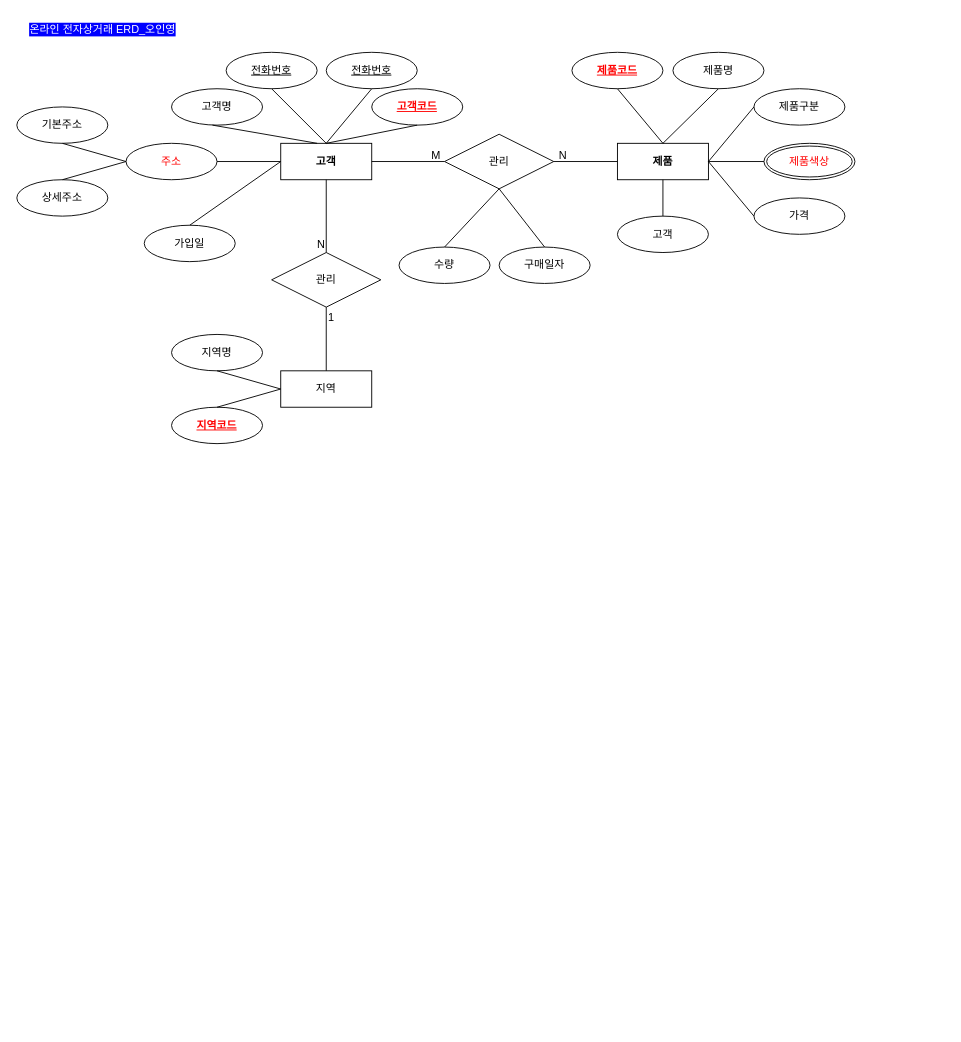
oin1230/OIN keeps this draw.io diagram as prodeuct.drawio. Above is the earlier version. Source tidied: cells renumbered, new cells numbered last; positions are measured from the earlier drawing's top-left corner, leaving out a move shared by most shapes. Both pictures are drawn from the tidied source at 91%, with x=0, y=0 at pixel (15, 15).
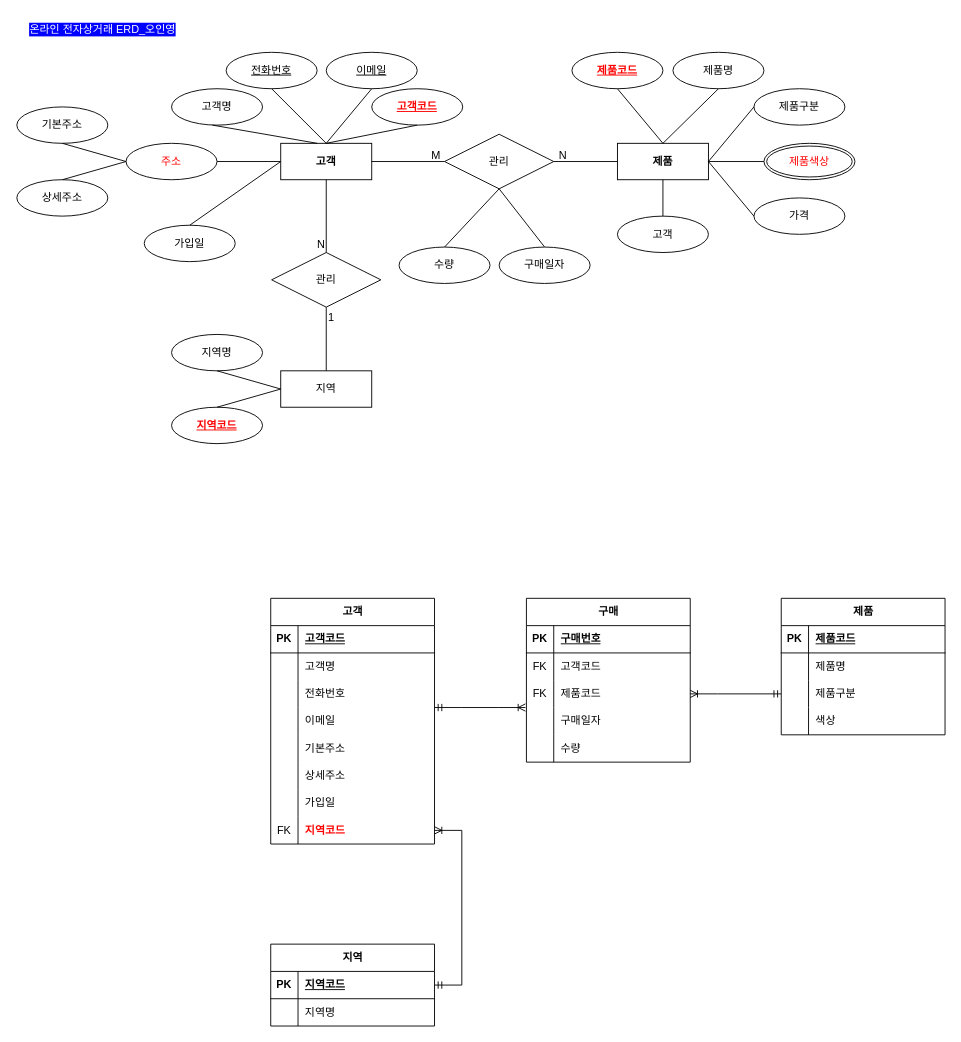
The same diagram, later.

The edit, as a diff of the source:
```diff
@@
-    <mxCell id="5" value="전화번호" style="ellipse;whiteSpace=wrap;html=1;align=center;fontStyle=4;" parent="1" vertex="1">
+    <mxCell id="5" value="이메일" style="ellipse;whiteSpace=wrap;html=1;align=center;fontStyle=4;" parent="1" vertex="1">
       <mxGeometry x="341" y="40" width="100" height="40" as="geometry" />
     </mxCell>
@@
+    <mxCell id="53" value="고객" style="shape=table;startSize=30;childLayout=tableLayout;rowLines=0;fontStyle=1;align=center;html=1;" parent="1" vertex="1">
+      <mxGeometry x="280" y="640" width="180" height="270" as="geometry" />
+    </mxCell>
+    <mxCell id="54" style="shape=tableRow;horizontal=0;startSize=0;swimlaneHead=0;swimlaneBody=0;fillColor=none;top=0;left=0;right=0;bottom=1;" parent="53" vertex="1">
+      <mxGeometry y="30" width="180" height="30" as="geometry" />
+    </mxCell>
+    <mxCell id="55" value="PK" style="shape=partialRectangle;fillColor=none;top=0;left=0;bottom=0;right=0;fontStyle=1;overflow=hidden;whiteSpace=wrap;html=1;" parent="54" vertex="1">
+      <mxGeometry width="30" height="30" as="geometry" />
+    </mxCell>
+    <mxCell id="56" value="고객코드" style="shape=partialRectangle;fillColor=none;top=0;left=0;bottom=0;right=0;align=left;spacingLeft=6;fontStyle=5;overflow=hidden;whiteSpace=wrap;html=1;" parent="54" vertex="1">
+      <mxGeometry x="30" width="150" height="30" as="geometry" />
+    </mxCell>
+    <mxCell id="57" style="shape=tableRow;horizontal=0;startSize=0;swimlaneHead=0;swimlaneBody=0;fillColor=none;top=0;left=0;right=0;bottom=0;" parent="53" vertex="1">
+      <mxGeometry y="60" width="180" height="30" as="geometry" />
+    </mxCell>
+    <mxCell id="58" style="shape=partialRectangle;fillColor=none;top=0;left=0;bottom=0;right=0;overflow=hidden;whiteSpace=wrap;html=1;" parent="57" vertex="1">
+      <mxGeometry width="30" height="30" as="geometry" />
+    </mxCell>
+    <mxCell id="59" value="고객명" style="shape=partialRectangle;fillColor=none;top=0;left=0;bottom=0;right=0;align=left;spacingLeft=6;overflow=hidden;whiteSpace=wrap;html=1;" parent="57" vertex="1">
+      <mxGeometry x="30" width="150" height="30" as="geometry" />
+    </mxCell>
+    <mxCell id="60" style="shape=tableRow;horizontal=0;startSize=0;swimlaneHead=0;swimlaneBody=0;fillColor=none;top=0;left=0;right=0;bottom=0;" parent="53" vertex="1">
+      <mxGeometry y="90" width="180" height="30" as="geometry" />
+    </mxCell>
+    <mxCell id="61" style="shape=partialRectangle;fillColor=none;top=0;left=0;bottom=0;right=0;overflow=hidden;whiteSpace=wrap;html=1;" parent="60" vertex="1">
+      <mxGeometry width="30" height="30" as="geometry" />
+    </mxCell>
+    <mxCell id="62" value="전화번호" style="shape=partialRectangle;fillColor=none;top=0;left=0;bottom=0;right=0;align=left;spacingLeft=6;overflow=hidden;whiteSpace=wrap;html=1;" parent="60" vertex="1">
+      <mxGeometry x="30" width="150" height="30" as="geometry" />
+    </mxCell>
+    <mxCell id="63" style="shape=tableRow;horizontal=0;startSize=0;swimlaneHead=0;swimlaneBody=0;fillColor=none;top=0;left=0;right=0;bottom=0;" parent="53" vertex="1">
+      <mxGeometry y="120" width="180" height="30" as="geometry" />
+    </mxCell>
+    <mxCell id="64" style="shape=partialRectangle;fillColor=none;top=0;left=0;bottom=0;right=0;overflow=hidden;whiteSpace=wrap;html=1;" parent="63" vertex="1">
+      <mxGeometry width="30" height="30" as="geometry" />
+    </mxCell>
+    <mxCell id="65" value="이메일" style="shape=partialRectangle;fillColor=none;top=0;left=0;bottom=0;right=0;align=left;spacingLeft=6;overflow=hidden;whiteSpace=wrap;html=1;" parent="63" vertex="1">
+      <mxGeometry x="30" width="150" height="30" as="geometry" />
+    </mxCell>
+    <mxCell id="66" style="shape=tableRow;horizontal=0;startSize=0;swimlaneHead=0;swimlaneBody=0;fillColor=none;top=0;left=0;right=0;bottom=0;" parent="53" vertex="1">
+      <mxGeometry y="150" width="180" height="30" as="geometry" />
+    </mxCell>
+    <mxCell id="67" style="shape=partialRectangle;fillColor=none;top=0;left=0;bottom=0;right=0;overflow=hidden;whiteSpace=wrap;html=1;" parent="66" vertex="1">
+      <mxGeometry width="30" height="30" as="geometry" />
+    </mxCell>
+    <mxCell id="68" value="기본주소" style="shape=partialRectangle;fillColor=none;top=0;left=0;bottom=0;right=0;align=left;spacingLeft=6;overflow=hidden;whiteSpace=wrap;html=1;" parent="66" vertex="1">
+      <mxGeometry x="30" width="150" height="30" as="geometry" />
+    </mxCell>
+    <mxCell id="69" style="shape=tableRow;horizontal=0;startSize=0;swimlaneHead=0;swimlaneBody=0;fillColor=none;top=0;left=0;right=0;bottom=0;" parent="53" vertex="1">
+      <mxGeometry y="180" width="180" height="30" as="geometry" />
+    </mxCell>
+    <mxCell id="70" style="shape=partialRectangle;fillColor=none;top=0;left=0;bottom=0;right=0;overflow=hidden;whiteSpace=wrap;html=1;" parent="69" vertex="1">
+      <mxGeometry width="30" height="30" as="geometry" />
+    </mxCell>
+    <mxCell id="71" value="상세주소" style="shape=partialRectangle;fillColor=none;top=0;left=0;bottom=0;right=0;align=left;spacingLeft=6;overflow=hidden;whiteSpace=wrap;html=1;" parent="69" vertex="1">
+      <mxGeometry x="30" width="150" height="30" as="geometry" />
+    </mxCell>
+    <mxCell id="72" style="shape=tableRow;horizontal=0;startSize=0;swimlaneHead=0;swimlaneBody=0;fillColor=none;top=0;left=0;right=0;bottom=0;" parent="53" vertex="1">
+      <mxGeometry y="210" width="180" height="30" as="geometry" />
+    </mxCell>
+    <mxCell id="73" style="shape=partialRectangle;fillColor=none;top=0;left=0;bottom=0;right=0;overflow=hidden;whiteSpace=wrap;html=1;" parent="72" vertex="1">
+      <mxGeometry width="30" height="30" as="geometry" />
+    </mxCell>
+    <mxCell id="74" value="가입일" style="shape=partialRectangle;fillColor=none;top=0;left=0;bottom=0;right=0;align=left;spacingLeft=6;overflow=hidden;whiteSpace=wrap;html=1;" parent="72" vertex="1">
+      <mxGeometry x="30" width="150" height="30" as="geometry" />
+    </mxCell>
+    <mxCell id="75" style="shape=tableRow;horizontal=0;startSize=0;swimlaneHead=0;swimlaneBody=0;fillColor=none;points=[[0,0.5],[1,0.5]];portConstraint=eastwest;top=0;left=0;right=0;bottom=0;" parent="53" vertex="1">
+      <mxGeometry y="240" width="180" height="30" as="geometry" />
+    </mxCell>
+    <mxCell id="76" value="FK" style="shape=partialRectangle;fillColor=none;top=0;left=0;bottom=0;right=0;overflow=hidden;whiteSpace=wrap;html=1;" parent="75" vertex="1">
+      <mxGeometry width="30" height="30" as="geometry" />
+    </mxCell>
+    <mxCell id="77" value="지역코드" style="shape=partialRectangle;fillColor=none;top=0;left=0;bottom=0;right=0;align=left;spacingLeft=6;overflow=hidden;whiteSpace=wrap;html=1;fontColor=#FF0000;fontStyle=1;" parent="75" vertex="1">
+      <mxGeometry x="30" width="150" height="30" as="geometry" />
+    </mxCell>
+    <mxCell id="78" value="지역" style="shape=table;startSize=30;childLayout=tableLayout;rowLines=0;fontStyle=1;align=center;html=1;" parent="1" vertex="1">
+      <mxGeometry x="280" y="1020" width="180" height="90" as="geometry" />
+    </mxCell>
+    <mxCell id="79" style="shape=tableRow;horizontal=0;startSize=0;swimlaneHead=0;swimlaneBody=0;fillColor=none;top=0;left=0;right=0;bottom=1;" parent="78" vertex="1">
+      <mxGeometry y="30" width="180" height="30" as="geometry" />
+    </mxCell>
+    <mxCell id="80" value="PK" style="shape=partialRectangle;fillColor=none;top=0;left=0;bottom=0;right=0;fontStyle=1;overflow=hidden;whiteSpace=wrap;html=1;" parent="79" vertex="1">
+      <mxGeometry width="30" height="30" as="geometry" />
+    </mxCell>
+    <mxCell id="81" value="지역코드" style="shape=partialRectangle;fillColor=none;top=0;left=0;bottom=0;right=0;align=left;spacingLeft=6;fontStyle=5;overflow=hidden;whiteSpace=wrap;html=1;" parent="79" vertex="1">
+      <mxGeometry x="30" width="150" height="30" as="geometry" />
+    </mxCell>
+    <mxCell id="82" style="shape=tableRow;horizontal=0;startSize=0;swimlaneHead=0;swimlaneBody=0;fillColor=none;top=0;left=0;right=0;bottom=0;" parent="78" vertex="1">
+      <mxGeometry y="60" width="180" height="30" as="geometry" />
+    </mxCell>
+    <mxCell id="83" style="shape=partialRectangle;fillColor=none;top=0;left=0;bottom=0;right=0;overflow=hidden;whiteSpace=wrap;html=1;" parent="82" vertex="1">
+      <mxGeometry width="30" height="30" as="geometry" />
+    </mxCell>
+    <mxCell id="84" value="지역명" style="shape=partialRectangle;fillColor=none;top=0;left=0;bottom=0;right=0;align=left;spacingLeft=6;overflow=hidden;whiteSpace=wrap;html=1;" parent="82" vertex="1">
+      <mxGeometry x="30" width="150" height="30" as="geometry" />
+    </mxCell>
+    <mxCell id="85" value="제품" style="shape=table;startSize=30;childLayout=tableLayout;rowLines=0;fontStyle=1;align=center;html=1;" parent="1" vertex="1">
+      <mxGeometry x="841" y="640" width="180" height="150" as="geometry" />
+    </mxCell>
+    <mxCell id="86" style="shape=tableRow;horizontal=0;startSize=0;swimlaneHead=0;swimlaneBody=0;fillColor=none;top=0;left=0;right=0;bottom=1;" parent="85" vertex="1">
+      <mxGeometry y="30" width="180" height="30" as="geometry" />
+    </mxCell>
+    <mxCell id="87" value="PK" style="shape=partialRectangle;fillColor=none;top=0;left=0;bottom=0;right=0;fontStyle=1;overflow=hidden;whiteSpace=wrap;html=1;" parent="86" vertex="1">
+      <mxGeometry width="30" height="30" as="geometry" />
+    </mxCell>
+    <mxCell id="88" value="제품코드" style="shape=partialRectangle;fillColor=none;top=0;left=0;bottom=0;right=0;align=left;spacingLeft=6;fontStyle=5;overflow=hidden;whiteSpace=wrap;html=1;" parent="86" vertex="1">
+      <mxGeometry x="30" width="150" height="30" as="geometry" />
+    </mxCell>
+    <mxCell id="89" style="shape=tableRow;horizontal=0;startSize=0;swimlaneHead=0;swimlaneBody=0;fillColor=none;top=0;left=0;right=0;bottom=0;" parent="85" vertex="1">
+      <mxGeometry y="60" width="180" height="30" as="geometry" />
+    </mxCell>
+    <mxCell id="90" style="shape=partialRectangle;fillColor=none;top=0;left=0;bottom=0;right=0;overflow=hidden;whiteSpace=wrap;html=1;" parent="89" vertex="1">
+      <mxGeometry width="30" height="30" as="geometry" />
+    </mxCell>
+    <mxCell id="91" value="제품명" style="shape=partialRectangle;fillColor=none;top=0;left=0;bottom=0;right=0;align=left;spacingLeft=6;overflow=hidden;whiteSpace=wrap;html=1;" parent="89" vertex="1">
+      <mxGeometry x="30" width="150" height="30" as="geometry" />
+    </mxCell>
+    <mxCell id="92" style="shape=tableRow;horizontal=0;startSize=0;swimlaneHead=0;swimlaneBody=0;fillColor=none;points=[[0,0.5],[1,0.5]];portConstraint=eastwest;top=0;left=0;right=0;bottom=0;" parent="85" vertex="1">
+      <mxGeometry y="90" width="180" height="30" as="geometry" />
+    </mxCell>
+    <mxCell id="93" style="shape=partialRectangle;fillColor=none;top=0;left=0;bottom=0;right=0;overflow=hidden;whiteSpace=wrap;html=1;" parent="92" vertex="1">
+      <mxGeometry width="30" height="30" as="geometry" />
+    </mxCell>
+    <mxCell id="94" value="제품구분" style="shape=partialRectangle;fillColor=none;top=0;left=0;bottom=0;right=0;align=left;spacingLeft=6;overflow=hidden;whiteSpace=wrap;html=1;" parent="92" vertex="1">
+      <mxGeometry x="30" width="150" height="30" as="geometry" />
+    </mxCell>
+    <mxCell id="95" style="shape=tableRow;horizontal=0;startSize=0;swimlaneHead=0;swimlaneBody=0;fillColor=none;top=0;left=0;right=0;bottom=0;" parent="85" vertex="1">
+      <mxGeometry y="120" width="180" height="30" as="geometry" />
+    </mxCell>
+    <mxCell id="96" style="shape=partialRectangle;fillColor=none;top=0;left=0;bottom=0;right=0;overflow=hidden;whiteSpace=wrap;html=1;" parent="95" vertex="1">
+      <mxGeometry width="30" height="30" as="geometry" />
+    </mxCell>
+    <mxCell id="97" value="색상" style="shape=partialRectangle;fillColor=none;top=0;left=0;bottom=0;right=0;align=left;spacingLeft=6;overflow=hidden;whiteSpace=wrap;html=1;" parent="95" vertex="1">
+      <mxGeometry x="30" width="150" height="30" as="geometry" />
+    </mxCell>
+    <mxCell id="98" value="구매" style="shape=table;startSize=30;childLayout=tableLayout;rowLines=0;fontStyle=1;align=center;html=1;" parent="1" vertex="1">
+      <mxGeometry x="561" y="640" width="180" height="180" as="geometry" />
+    </mxCell>
+    <mxCell id="99" style="shape=tableRow;horizontal=0;startSize=0;swimlaneHead=0;swimlaneBody=0;fillColor=none;top=0;left=0;right=0;bottom=1;" parent="98" vertex="1">
+      <mxGeometry y="30" width="180" height="30" as="geometry" />
+    </mxCell>
+    <mxCell id="100" value="PK" style="shape=partialRectangle;fillColor=none;top=0;left=0;bottom=0;right=0;fontStyle=1;overflow=hidden;whiteSpace=wrap;html=1;" parent="99" vertex="1">
+      <mxGeometry width="30" height="30" as="geometry" />
+    </mxCell>
+    <mxCell id="101" value="구매번호" style="shape=partialRectangle;fillColor=none;top=0;left=0;bottom=0;right=0;align=left;spacingLeft=6;fontStyle=5;overflow=hidden;whiteSpace=wrap;html=1;" parent="99" vertex="1">
+      <mxGeometry x="30" width="150" height="30" as="geometry" />
+    </mxCell>
+    <mxCell id="102" style="shape=tableRow;horizontal=0;startSize=0;swimlaneHead=0;swimlaneBody=0;fillColor=none;top=0;left=0;right=0;bottom=0;" parent="98" vertex="1">
+      <mxGeometry y="60" width="180" height="30" as="geometry" />
+    </mxCell>
+    <mxCell id="103" value="FK" style="shape=partialRectangle;fillColor=none;top=0;left=0;bottom=0;right=0;overflow=hidden;whiteSpace=wrap;html=1;" parent="102" vertex="1">
+      <mxGeometry width="30" height="30" as="geometry" />
+    </mxCell>
+    <mxCell id="104" value="고객코드" style="shape=partialRectangle;fillColor=none;top=0;left=0;bottom=0;right=0;align=left;spacingLeft=6;overflow=hidden;whiteSpace=wrap;html=1;" parent="102" vertex="1">
+      <mxGeometry x="30" width="150" height="30" as="geometry" />
+    </mxCell>
+    <mxCell id="105" style="shape=tableRow;horizontal=0;startSize=0;swimlaneHead=0;swimlaneBody=0;fillColor=none;points=[[0,0.5],[1,0.5]];portConstraint=eastwest;top=0;left=0;right=0;bottom=0;" parent="98" vertex="1">
+      <mxGeometry y="90" width="180" height="30" as="geometry" />
+    </mxCell>
+    <mxCell id="106" value="FK" style="shape=partialRectangle;fillColor=none;top=0;left=0;bottom=0;right=0;overflow=hidden;whiteSpace=wrap;html=1;" parent="105" vertex="1">
+      <mxGeometry width="30" height="30" as="geometry" />
+    </mxCell>
+    <mxCell id="107" value="제품코드" style="shape=partialRectangle;fillColor=none;top=0;left=0;bottom=0;right=0;align=left;spacingLeft=6;overflow=hidden;whiteSpace=wrap;html=1;" parent="105" vertex="1">
+      <mxGeometry x="30" width="150" height="30" as="geometry" />
+    </mxCell>
+    <mxCell id="108" style="shape=tableRow;horizontal=0;startSize=0;swimlaneHead=0;swimlaneBody=0;fillColor=none;points=[[0,0.5],[1,0.5]];portConstraint=eastwest;top=0;left=0;right=0;bottom=0;" parent="98" vertex="1">
+      <mxGeometry y="120" width="180" height="30" as="geometry" />
+    </mxCell>
+    <mxCell id="109" style="shape=partialRectangle;fillColor=none;top=0;left=0;bottom=0;right=0;overflow=hidden;whiteSpace=wrap;html=1;" parent="108" vertex="1">
+      <mxGeometry width="30" height="30" as="geometry" />
+    </mxCell>
+    <mxCell id="110" value="구매일자" style="shape=partialRectangle;fillColor=none;top=0;left=0;bottom=0;right=0;align=left;spacingLeft=6;overflow=hidden;whiteSpace=wrap;html=1;" parent="108" vertex="1">
+      <mxGeometry x="30" width="150" height="30" as="geometry" />
+    </mxCell>
+    <mxCell id="111" style="shape=tableRow;horizontal=0;startSize=0;swimlaneHead=0;swimlaneBody=0;fillColor=none;top=0;left=0;right=0;bottom=0;" parent="98" vertex="1">
+      <mxGeometry y="150" width="180" height="30" as="geometry" />
+    </mxCell>
+    <mxCell id="112" style="shape=partialRectangle;fillColor=none;top=0;left=0;bottom=0;right=0;overflow=hidden;whiteSpace=wrap;html=1;" parent="111" vertex="1">
+      <mxGeometry width="30" height="30" as="geometry" />
+    </mxCell>
+    <mxCell id="113" value="수량" style="shape=partialRectangle;fillColor=none;top=0;left=0;bottom=0;right=0;align=left;spacingLeft=6;overflow=hidden;whiteSpace=wrap;html=1;" parent="111" vertex="1">
+      <mxGeometry x="30" width="150" height="30" as="geometry" />
+    </mxCell>
+    <mxCell id="114" style="edgeStyle=entityRelationEdgeStyle;fontSize=12;html=1;endArrow=ERoneToMany;startArrow=ERmandOne;rounded=0;entryX=1;entryY=0.5;entryDx=0;entryDy=0;exitX=1;exitY=0.5;exitDx=0;exitDy=0;" parent="1" edge="1" source="78" target="75">
+      <mxGeometry relative="1" as="geometry" />
+    </mxCell>
+    <mxCell id="115" style="edgeStyle=entityRelationEdgeStyle;fontSize=12;html=1;endArrow=ERoneToMany;startArrow=ERmandOne;rounded=0;exitX=0.006;exitY=0;exitDx=0;exitDy=0;exitPerimeter=0;entryX=-0.006;entryY=0;entryDx=0;entryDy=0;entryPerimeter=0;" parent="1" edge="1" target="108">
+      <mxGeometry relative="1" as="geometry">
+        <mxPoint x="460" y="760" as="sourcePoint" />
+        <Array as="points">
+          <mxPoint x="529.9" y="900" />
+          <mxPoint x="511" y="750" />
+          <mxPoint x="529.9" y="880" />
+        </Array>
+      </mxGeometry>
+    </mxCell>
+    <mxCell id="116" style="edgeStyle=entityRelationEdgeStyle;fontSize=12;html=1;endArrow=ERoneToMany;startArrow=ERmandOne;rounded=0;exitX=0;exitY=0.5;exitDx=0;exitDy=0;entryX=1;entryY=0.5;entryDx=0;entryDy=0;" parent="1" edge="1" source="92" target="105">
+      <mxGeometry relative="1" as="geometry" />
+    </mxCell>
```
